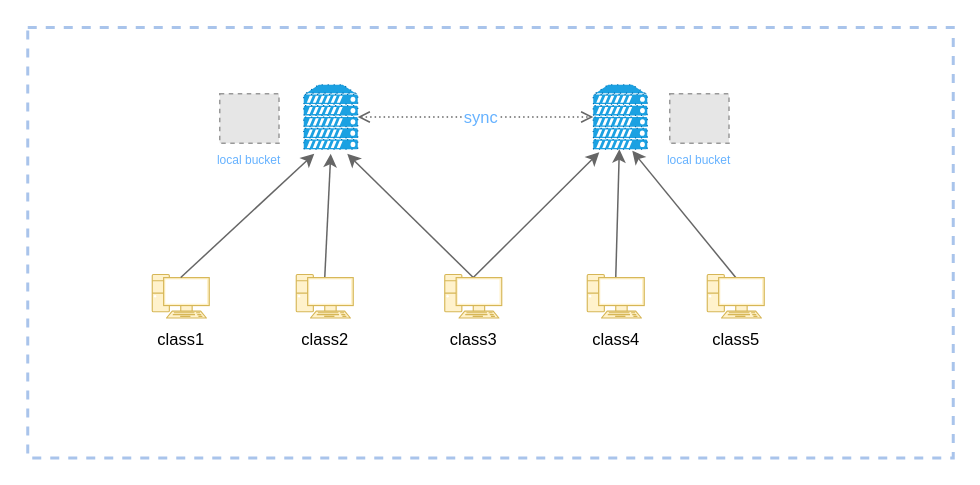
The draw.io diagram 加权公平共享.drawio in zhangluting123/drawio, before the edit. Source tidied: cells renumbered, new cells numbered last; positions are measured from the earlier drawing's top-left corner, leaving out a move shared by most shapes. Both pictures are drawn from the tidied source at 150%, with x=0, y=0 at pixel (27, 27). Pictures stored in the file or linked from it are replaced by grey dashed boxes.
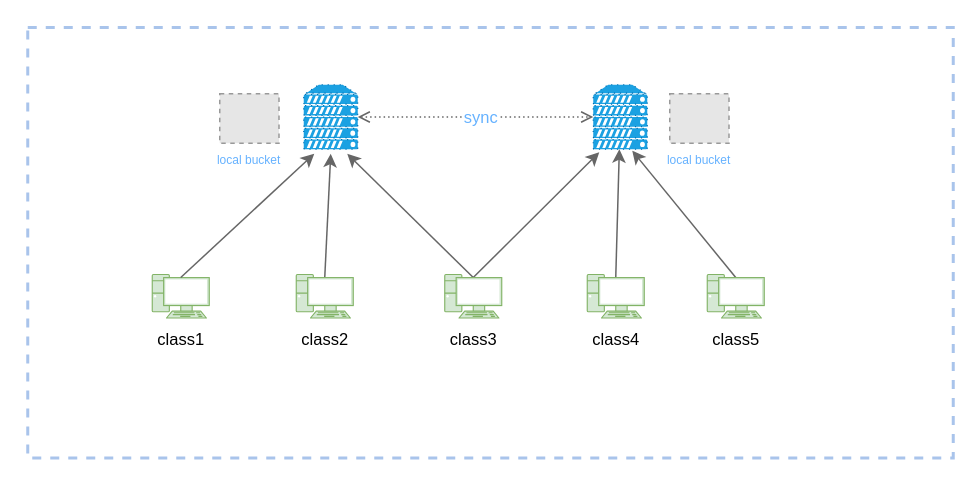
After the change.

Commit message (it also covers changes not shown here):
更新加权公平共享.drawio

What changed in the source:
```diff
@@
-    <mxCell id="7" value="&lt;font style=&quot;font-size: 11px;&quot;&gt;class1&lt;/font&gt;" style="verticalAlign=top;verticalLabelPosition=bottom;labelPosition=center;align=center;html=1;outlineConnect=0;fillColor=#fff2cc;strokeColor=#d6b656;gradientDirection=north;strokeWidth=2;shape=mxgraph.networks.pc;" parent="1" vertex="1">
+    <mxCell id="7" value="&lt;font style=&quot;font-size: 11px;&quot;&gt;class1&lt;/font&gt;" style="verticalAlign=top;verticalLabelPosition=bottom;labelPosition=center;align=center;html=1;outlineConnect=0;fillColor=#d5e8d4;strokeColor=#82b366;gradientDirection=north;strokeWidth=2;shape=mxgraph.networks.pc;" parent="1" vertex="1">
       <mxGeometry x="83" y="164.5" width="38" height="29" as="geometry" />
     </mxCell>
@@
-    <mxCell id="16" value="&lt;font style=&quot;font-size: 11px;&quot;&gt;class2&lt;/font&gt;" style="verticalAlign=top;verticalLabelPosition=bottom;labelPosition=center;align=center;html=1;outlineConnect=0;fillColor=#fff2cc;strokeColor=#d6b656;gradientDirection=north;strokeWidth=2;shape=mxgraph.networks.pc;" parent="1" vertex="1">
+    <mxCell id="16" value="&lt;font style=&quot;font-size: 11px;&quot;&gt;class2&lt;/font&gt;" style="verticalAlign=top;verticalLabelPosition=bottom;labelPosition=center;align=center;html=1;outlineConnect=0;fillColor=#d5e8d4;strokeColor=#82b366;gradientDirection=north;strokeWidth=2;shape=mxgraph.networks.pc;" parent="1" vertex="1">
       <mxGeometry x="179" y="164.5" width="38" height="29" as="geometry" />
     </mxCell>
-    <mxCell id="17" value="&lt;font style=&quot;font-size: 11px;&quot;&gt;class3&lt;/font&gt;" style="verticalAlign=top;verticalLabelPosition=bottom;labelPosition=center;align=center;html=1;outlineConnect=0;fillColor=#fff2cc;strokeColor=#d6b656;gradientDirection=north;strokeWidth=2;shape=mxgraph.networks.pc;" parent="1" vertex="1">
+    <mxCell id="17" value="&lt;font style=&quot;font-size: 11px;&quot;&gt;class3&lt;/font&gt;" style="verticalAlign=top;verticalLabelPosition=bottom;labelPosition=center;align=center;html=1;outlineConnect=0;fillColor=#d5e8d4;strokeColor=#82b366;gradientDirection=north;strokeWidth=2;shape=mxgraph.networks.pc;" parent="1" vertex="1">
       <mxGeometry x="278" y="164.5" width="38" height="29" as="geometry" />
     </mxCell>
-    <mxCell id="18" value="&lt;font style=&quot;font-size: 11px;&quot;&gt;class4&lt;/font&gt;" style="verticalAlign=top;verticalLabelPosition=bottom;labelPosition=center;align=center;html=1;outlineConnect=0;fillColor=#fff2cc;strokeColor=#d6b656;gradientDirection=north;strokeWidth=2;shape=mxgraph.networks.pc;" parent="1" vertex="1">
+    <mxCell id="18" value="&lt;font style=&quot;font-size: 11px;&quot;&gt;class4&lt;/font&gt;" style="verticalAlign=top;verticalLabelPosition=bottom;labelPosition=center;align=center;html=1;outlineConnect=0;fillColor=#d5e8d4;strokeColor=#82b366;gradientDirection=north;strokeWidth=2;shape=mxgraph.networks.pc;" parent="1" vertex="1">
       <mxGeometry x="373" y="164.5" width="38" height="29" as="geometry" />
     </mxCell>
-    <mxCell id="19" value="&lt;font style=&quot;font-size: 11px;&quot;&gt;class5&lt;/font&gt;" style="verticalAlign=top;verticalLabelPosition=bottom;labelPosition=center;align=center;html=1;outlineConnect=0;fillColor=#fff2cc;strokeColor=#d6b656;gradientDirection=north;strokeWidth=2;shape=mxgraph.networks.pc;" parent="1" vertex="1">
+    <mxCell id="19" value="&lt;font style=&quot;font-size: 11px;&quot;&gt;class5&lt;/font&gt;" style="verticalAlign=top;verticalLabelPosition=bottom;labelPosition=center;align=center;html=1;outlineConnect=0;gradientDirection=north;strokeWidth=2;shape=mxgraph.networks.pc;fillColor=#d5e8d4;strokeColor=#82b366;" parent="1" vertex="1">
       <mxGeometry x="453" y="164.5" width="38" height="29" as="geometry" />
     </mxCell>
```
